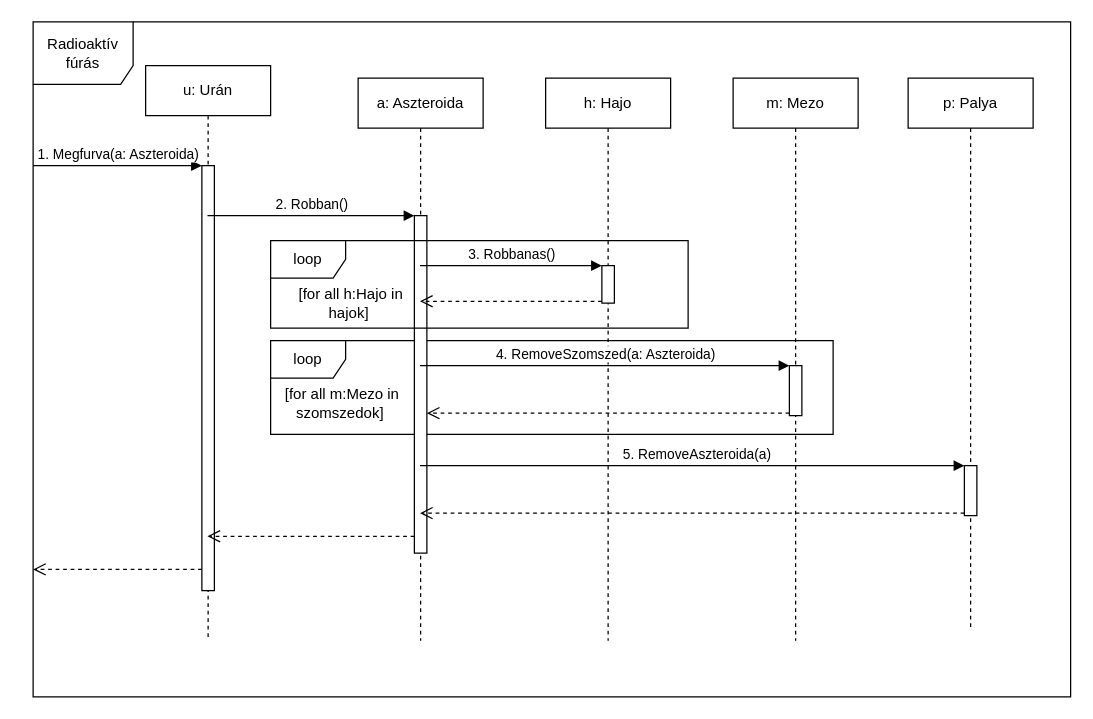
Earlier version of the draw.io diagram page "Page-2" (2 of 2) of doc/uml/radioaktív_aszteroida_furas.drawio (torpeBoiGo/aszteroidabanyaszat). Source tidied: cells renumbered, new cells numbered last; positions are measured from the earlier drawing's top-left corner, leaving out a move shared by most shapes. Both pictures are drawn from the tidied source at 125%, with x=0, y=0 at pixel (32, 21).
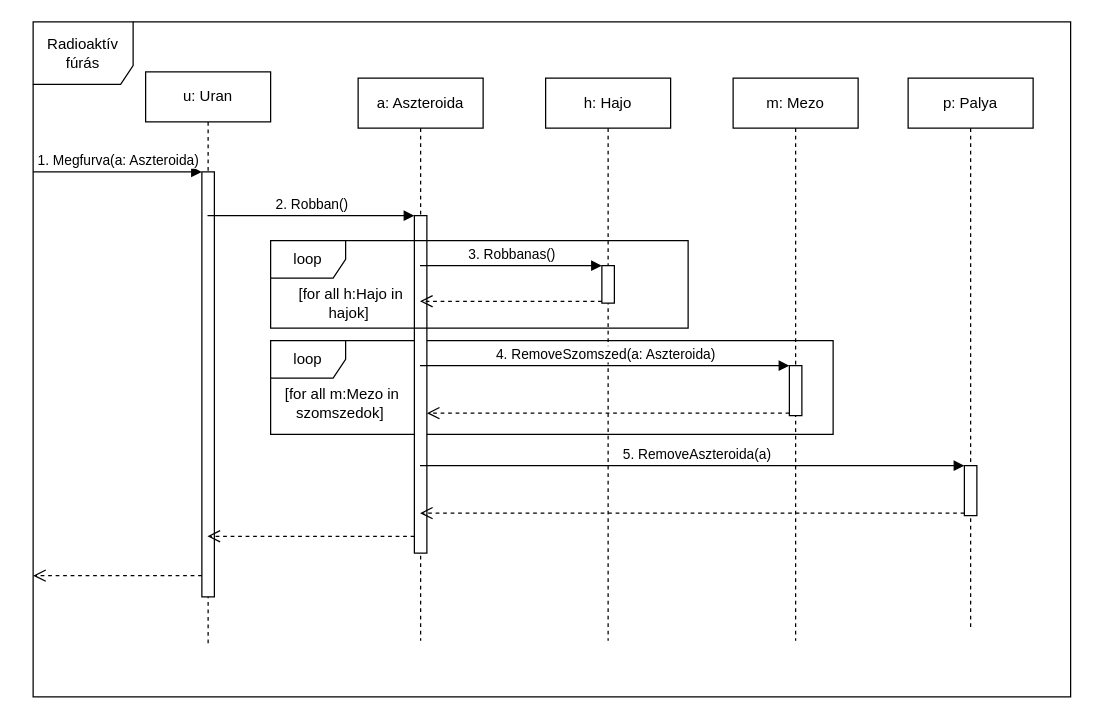
The same page after the edit.

Commit message:
Update radioaktív_aszteroida_furas.drawio: nincs ekezet

The edit, as a diff of the source:
```diff
@@
-    <mxCell id="4" value="u: Urán" style="shape=umlLifeline;perimeter=lifelinePerimeter;whiteSpace=wrap;html=1;outlineConnect=0;" parent="1" vertex="1">
-      <mxGeometry x="90" y="35" width="100" height="460" as="geometry" />
+    <mxCell id="4" value="u: Uran" style="shape=umlLifeline;perimeter=lifelinePerimeter;whiteSpace=wrap;html=1;outlineConnect=0;" parent="1" vertex="1">
+      <mxGeometry x="90" y="40" width="100" height="460" as="geometry" />
     </mxCell>
```
